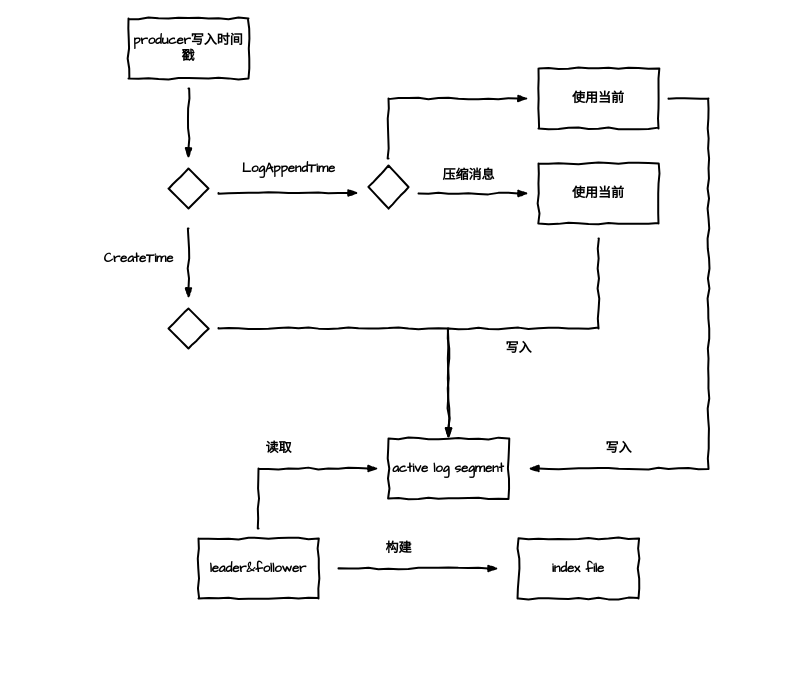
The draw.io diagram Kafka/源码阅读/drawio/kafka 消息时间戳(kafka message timestamp).drawio in xinzhuxiansheng/blog-notes, before the edit. Source tidied: cells renumbered, new cells numbered last; positions are measured from the earlier drawing's top-left corner, leaving out a move shared by most shapes. Both pictures are drawn from the tidied source at 100%, with x=0, y=0 at pixel (93, 18).
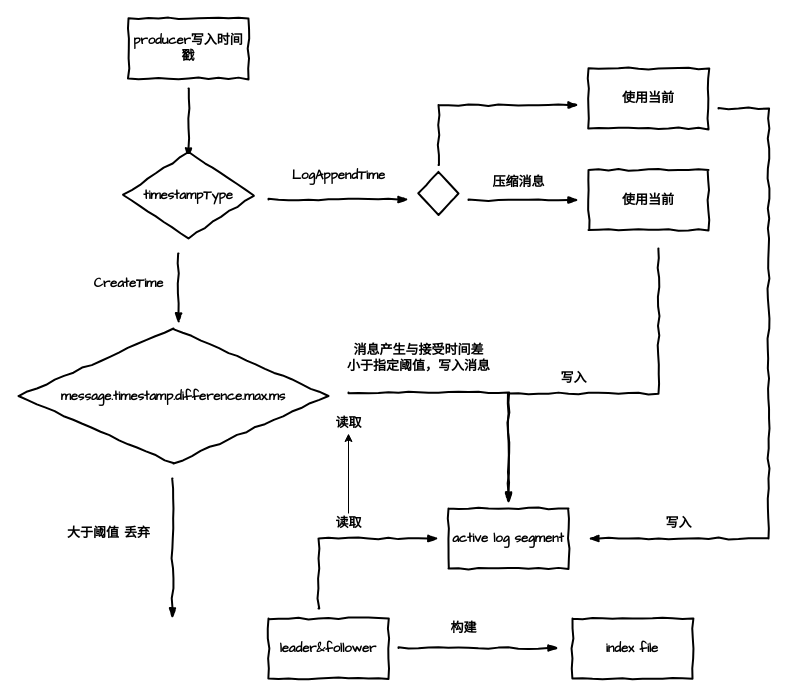
After the change.

Change to the diagram source:
```diff
@@
-    <mxCell id="4" style="rhombus;html=1;align=center;whiteSpace=wrap;comic=1;strokeWidth=2;fontFamily=Comic Sans MS;fontStyle=1;fontSize=13;" parent="1" vertex="1">
-      <mxGeometry x="75" y="150" width="40" height="40" as="geometry" />
+    <mxCell id="4" value="timestampType" style="rhombus;html=1;align=center;whiteSpace=wrap;comic=1;strokeWidth=2;fontFamily=Comic Sans MS;fontStyle=1;fontSize=13;" parent="1" vertex="1">
+      <mxGeometry x="30" y="133.5" width="130" height="86.5" as="geometry" />
     </mxCell>
     <mxCell id="5" style="rounded=0;comic=1;strokeWidth=2;endArrow=blockThin;html=1;fontFamily=Comic Sans MS;fontStyle=1;fontSize=13;" parent="1" edge="1">
       <mxGeometry relative="1" as="geometry">
-        <mxPoint x="125" y="174.5" as="sourcePoint" />
-        <mxPoint x="265" y="174.5" as="targetPoint" />
+        <mxPoint x="175" y="181" as="sourcePoint" />
+        <mxPoint x="315" y="181" as="targetPoint" />
       </mxGeometry>
     </mxCell>
     <mxCell id="6" style="rounded=0;comic=1;strokeWidth=2;endArrow=blockThin;html=1;fontFamily=Comic Sans MS;fontStyle=1;fontSize=13;" parent="1" edge="1">
       <mxGeometry relative="1" as="geometry">
-        <mxPoint x="95" y="210" as="sourcePoint" />
-        <mxPoint x="95" y="280" as="targetPoint" />
+        <mxPoint x="85" y="235" as="sourcePoint" />
+        <mxPoint x="85" y="305" as="targetPoint" />
       </mxGeometry>
     </mxCell>
     <mxCell id="7" value="CreateTime" style="text;html=1;align=center;verticalAlign=middle;fontFamily=Comic Sans MS;fontStyle=1;fontSize=13;" parent="1" vertex="1">
-      <mxGeometry y="230" width="90" height="20" as="geometry" />
+      <mxGeometry x="-10" y="255" width="90" height="20" as="geometry" />
     </mxCell>
     <mxCell id="8" value="LogAppendTime" style="text;html=1;align=center;verticalAlign=middle;fontFamily=Comic Sans MS;fontStyle=1;fontSize=13;" parent="1" vertex="1">
-      <mxGeometry x="140" y="140" width="110" height="20" as="geometry" />
+      <mxGeometry x="190" y="146.5" width="110" height="20" as="geometry" />
     </mxCell>
     <mxCell id="9" style="rhombus;html=1;align=center;whiteSpace=wrap;comic=1;strokeWidth=2;fontFamily=Comic Sans MS;fontStyle=1;fontSize=13;" parent="1" vertex="1">
-      <mxGeometry x="275" y="147" width="40" height="43" as="geometry" />
+      <mxGeometry x="325" y="153.5" width="40" height="43" as="geometry" />
     </mxCell>
     <mxCell id="10" style="rounded=0;comic=1;strokeWidth=2;endArrow=blockThin;html=1;fontFamily=Comic Sans MS;fontStyle=1;fontSize=13;" parent="1" edge="1">
       <mxGeometry relative="1" as="geometry">
-        <mxPoint x="325" y="175" as="sourcePoint" />
-        <mxPoint x="435" y="175" as="targetPoint" />
+        <mxPoint x="375" y="181.5" as="sourcePoint" />
+        <mxPoint x="485" y="181.5" as="targetPoint" />
       </mxGeometry>
     </mxCell>
     <mxCell id="11" value="压缩消息" style="text;html=1;align=center;verticalAlign=middle;fontFamily=Comic Sans MS;fontStyle=1;fontSize=13;" parent="1" vertex="1">
-      <mxGeometry x="340" y="147" width="70" height="20" as="geometry" />
+      <mxGeometry x="390" y="153.5" width="70" height="20" as="geometry" />
     </mxCell>
     <mxCell id="12" style="rounded=0;comic=1;strokeWidth=2;endArrow=blockThin;html=1;fontFamily=Comic Sans MS;fontStyle=1;fontSize=13;" parent="1" edge="1">
       <mxGeometry relative="1" as="geometry">
-        <mxPoint x="295" y="140" as="sourcePoint" />
-        <mxPoint x="435" y="80" as="targetPoint" />
+        <mxPoint x="345" y="146.5" as="sourcePoint" />
+        <mxPoint x="485" y="86.5" as="targetPoint" />
         <Array as="points">
-          <mxPoint x="295" y="80" />
+          <mxPoint x="345" y="86.5" />
         </Array>
       </mxGeometry>
     </mxCell>
     <mxCell id="13" value="使用当前" style="html=1;whiteSpace=wrap;comic=1;strokeWidth=2;fontFamily=Comic Sans MS;fontStyle=1;fontSize=13;" parent="1" vertex="1">
-      <mxGeometry x="445" y="50" width="120" height="60" as="geometry" />
+      <mxGeometry x="495" y="50" width="120" height="60" as="geometry" />
     </mxCell>
     <mxCell id="14" value="使用当前" style="html=1;whiteSpace=wrap;comic=1;strokeWidth=2;fontFamily=Comic Sans MS;fontStyle=1;fontSize=13;" parent="1" vertex="1">
-      <mxGeometry x="445" y="145" width="120" height="60" as="geometry" />
+      <mxGeometry x="495" y="151.5" width="120" height="60" as="geometry" />
     </mxCell>
-    <mxCell id="15" style="rhombus;html=1;align=center;whiteSpace=wrap;comic=1;strokeWidth=2;fontFamily=Comic Sans MS;fontStyle=1;fontSize=13;" parent="1" vertex="1">
-      <mxGeometry x="75" y="290" width="40" height="40" as="geometry" />
+    <mxCell id="15" value="message.timestamp.difference.max.ms" style="rhombus;html=1;align=center;whiteSpace=wrap;comic=1;strokeWidth=2;fontFamily=Comic Sans MS;fontStyle=1;fontSize=13;" parent="1" vertex="1">
+      <mxGeometry x="-75" y="310" width="310" height="135" as="geometry" />
     </mxCell>
     <mxCell id="16" style="rounded=0;comic=1;strokeWidth=2;endArrow=blockThin;html=1;fontFamily=Comic Sans MS;fontStyle=1;fontSize=13;" parent="1" edge="1">
       <mxGeometry relative="1" as="geometry">
-        <mxPoint x="125" y="309.5" as="sourcePoint" />
-        <mxPoint x="355" y="420" as="targetPoint" />
+        <mxPoint x="255" y="374" as="sourcePoint" />
+        <mxPoint x="415" y="484" as="targetPoint" />
         <Array as="points">
-          <mxPoint x="355" y="310" />
+          <mxPoint x="415" y="374" />
         </Array>
       </mxGeometry>
     </mxCell>
     <mxCell id="17" style="rounded=0;comic=1;strokeWidth=2;endArrow=blockThin;html=1;fontFamily=Comic Sans MS;fontStyle=1;fontSize=13;" parent="1" edge="1">
       <mxGeometry relative="1" as="geometry">
-        <mxPoint x="505" y="220" as="sourcePoint" />
-        <mxPoint x="355" y="420" as="targetPoint" />
+        <mxPoint x="565" y="230" as="sourcePoint" />
+        <mxPoint x="415" y="485" as="targetPoint" />
         <Array as="points">
-          <mxPoint x="505" y="310" />
-          <mxPoint x="355" y="310" />
+          <mxPoint x="565" y="375" />
+          <mxPoint x="415" y="375" />
         </Array>
       </mxGeometry>
     </mxCell>
     <mxCell id="18" value="写入" style="text;html=1;align=center;verticalAlign=middle;fontFamily=Comic Sans MS;fontStyle=1;fontSize=13;" parent="1" vertex="1">
-      <mxGeometry x="405" y="320" width="40" height="20" as="geometry" />
+      <mxGeometry x="460" y="350" width="40" height="20" as="geometry" />
     </mxCell>
     <mxCell id="19" style="rounded=0;comic=1;strokeWidth=2;endArrow=blockThin;html=1;fontFamily=Comic Sans MS;fontStyle=1;fontSize=13;" parent="1" edge="1">
       <mxGeometry relative="1" as="geometry">
-        <mxPoint x="575" y="80" as="sourcePoint" />
-        <mxPoint x="435" y="450" as="targetPoint" />
+        <mxPoint x="625" y="90" as="sourcePoint" />
+        <mxPoint x="495" y="520" as="targetPoint" />
         <Array as="points">
-          <mxPoint x="615" y="80" />
-          <mxPoint x="615" y="450" />
+          <mxPoint x="675" y="90" />
+          <mxPoint x="675" y="520" />
         </Array>
       </mxGeometry>
     </mxCell>
     <mxCell id="20" value="active log segment" style="html=1;whiteSpace=wrap;comic=1;strokeWidth=2;fontFamily=Comic Sans MS;fontStyle=1;fontSize=13;" parent="1" vertex="1">
-      <mxGeometry x="295" y="420" width="120" height="60" as="geometry" />
+      <mxGeometry x="355" y="490" width="120" height="60" as="geometry" />
     </mxCell>
     <mxCell id="21" value="写入" style="text;html=1;align=center;verticalAlign=middle;fontFamily=Comic Sans MS;fontStyle=1;fontSize=13;" parent="1" vertex="1">
-      <mxGeometry x="505" y="420" width="40" height="20" as="geometry" />
+      <mxGeometry x="565" y="495" width="40" height="20" as="geometry" />
     </mxCell>
     <mxCell id="22" value="leader&amp;amp;follower" style="html=1;whiteSpace=wrap;comic=1;strokeWidth=2;fontFamily=Comic Sans MS;fontStyle=1;fontSize=13;" parent="1" vertex="1">
-      <mxGeometry x="105" y="520" width="120" height="60" as="geometry" />
+      <mxGeometry x="175" y="600" width="120" height="60" as="geometry" />
     </mxCell>
     <mxCell id="23" value="index file" style="html=1;whiteSpace=wrap;comic=1;strokeWidth=2;fontFamily=Comic Sans MS;fontStyle=1;fontSize=13;" parent="1" vertex="1">
-      <mxGeometry x="425" y="520" width="120" height="60" as="geometry" />
+      <mxGeometry x="479" y="600" width="120" height="60" as="geometry" />
     </mxCell>
     <mxCell id="24" style="rounded=0;comic=1;strokeWidth=2;endArrow=blockThin;html=1;fontFamily=Comic Sans MS;fontStyle=1;fontSize=13;" parent="1" edge="1">
       <mxGeometry relative="1" as="geometry">
-        <mxPoint x="165" y="510" as="sourcePoint" />
-        <mxPoint x="285" y="450" as="targetPoint" />
+        <mxPoint x="225" y="590" as="sourcePoint" />
+        <mxPoint x="345" y="520" as="targetPoint" />
         <Array as="points">
-          <mxPoint x="165" y="450" />
+          <mxPoint x="225" y="520" />
         </Array>
       </mxGeometry>
     </mxCell>
     <mxCell id="25" style="rounded=0;comic=1;strokeWidth=2;endArrow=blockThin;html=1;fontFamily=Comic Sans MS;fontStyle=1;fontSize=13;" parent="1" edge="1">
       <mxGeometry relative="1" as="geometry">
-        <mxPoint x="245" y="550" as="sourcePoint" />
-        <mxPoint x="405" y="550" as="targetPoint" />
+        <mxPoint x="305" y="629.5" as="sourcePoint" />
+        <mxPoint x="465" y="629.5" as="targetPoint" />
       </mxGeometry>
     </mxCell>
+    <mxCell id="28" style="edgeStyle=orthogonalEdgeStyle;rounded=0;jettySize=auto;html=1;fontFamily=Comic Sans MS;fontSize=13;fontStyle=1;" parent="1" edge="1" source="26" target="29">
+      <mxGeometry relative="1" as="geometry" />
+    </mxCell>
     <mxCell id="26" value="读取" style="text;html=1;align=center;verticalAlign=middle;points=[];fontFamily=Comic Sans MS;fontStyle=1;fontSize=13;" parent="1" vertex="1">
-      <mxGeometry x="165" y="420" width="40" height="20" as="geometry" />
+      <mxGeometry x="235" y="495" width="40" height="20" as="geometry" />
     </mxCell>
+    <mxCell id="29" value="读取" style="text;html=1;align=center;verticalAlign=middle;points=[];fontFamily=Comic Sans MS;fontStyle=1;fontSize=13;" parent="1" vertex="1">
+      <mxGeometry x="235" y="395" width="40" height="20" as="geometry" />
+    </mxCell>
     <mxCell id="27" value="构建" style="text;html=1;align=center;verticalAlign=middle;fontFamily=Comic Sans MS;fontStyle=1;fontSize=13;" parent="1" vertex="1">
-      <mxGeometry x="285" y="520" width="40" height="20" as="geometry" />
+      <mxGeometry x="350" y="600" width="40" height="20" as="geometry" />
     </mxCell>
+    <mxCell id="30" value="消息产生与接受时间差&lt;br&gt;小于指定阈值，写入消息" style="text;html=1;align=center;verticalAlign=middle;fontSize=13;fontFamily=Comic Sans MS;fontStyle=1;" parent="1" vertex="1">
+      <mxGeometry x="245" y="320" width="160" height="40" as="geometry" />
+    </mxCell>
+    <mxCell id="31" style="rounded=0;comic=1;strokeWidth=2;endArrow=blockThin;html=1;fontFamily=Comic Sans MS;fontStyle=1;" parent="1" edge="1">
+      <mxGeometry relative="1" as="geometry">
+        <mxPoint x="79" y="460" as="sourcePoint" />
+        <mxPoint x="79" y="600" as="targetPoint" />
+      </mxGeometry>
+    </mxCell>
+    <mxCell id="32" value="大于阈值 丢弃" style="text;html=1;align=center;verticalAlign=middle;fontSize=13;fontFamily=Comic Sans MS;fontStyle=1;" parent="1" vertex="1">
+      <mxGeometry x="-35" y="505" width="100" height="20" as="geometry" />
+    </mxCell>
```
